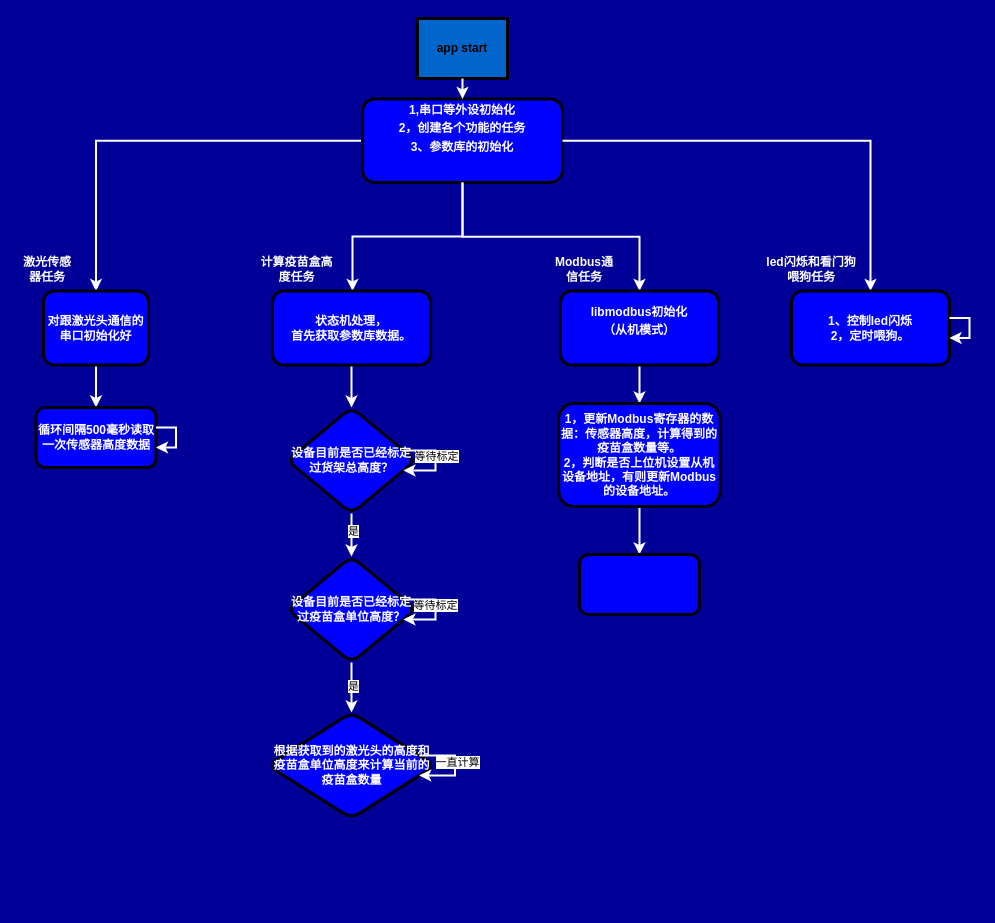
Above: draw_io_for_work/RTU485BT02_transfer.drawio in doctor1cong/draw_flow_chart (draw.io), before the change. Source tidied: cells renumbered, new cells numbered last; positions are measured from the earlier drawing's top-left corner, leaving out a move shared by most shapes. Both pictures are drawn from the tidied source at 100%, with x=0, y=0 at pixel (17, 18).
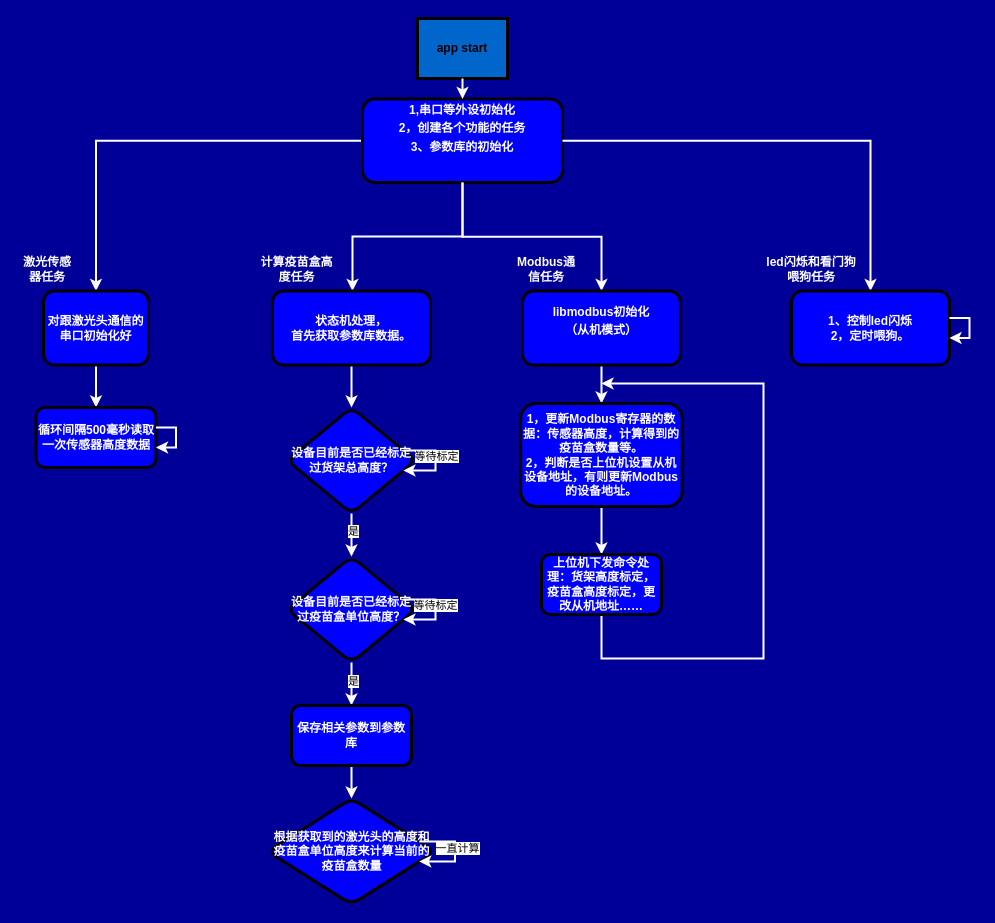
Above is the later version.

The change refers to these unchanged cells:
```xml
<mxCell id="26" value="设备目前是否已经标定过疫苗盒单位高度？" style="rhombus;whiteSpace=wrap;html=1;fillColor=#0000FF;fontColor=#FFFFFF;rounded=1;fontStyle=1;strokeWidth=3;" parent="1" vertex="1">
  <mxGeometry x="270" y="538" width="128" height="106" as="geometry" />
</mxCell>
```

Change to the diagram source:
```diff
@@
     <mxCell id="15" value="&lt;p style=&quot;color: rgb(0, 0, 0); text-wrap: nowrap; margin: 4px 0px 0px;&quot;&gt;&lt;font color=&quot;#ffffff&quot;&gt;libmodbus初始化&lt;/font&gt;&lt;/p&gt;&lt;p style=&quot;color: rgb(0, 0, 0); text-wrap: nowrap; margin: 4px 0px 0px;&quot;&gt;&lt;font color=&quot;#ffffff&quot;&gt;（从机模式&lt;/font&gt;&lt;span style=&quot;color: rgb(255, 255, 255); background-color: initial;&quot;&gt;）&lt;/span&gt;&lt;/p&gt;&lt;p style=&quot;color: rgb(0, 0, 0); text-wrap: nowrap; margin: 4px 0px 0px;&quot;&gt;&lt;br&gt;&lt;/p&gt;" style="whiteSpace=wrap;html=1;fillColor=#0000FF;rounded=1;fontStyle=1;strokeWidth=3;fontColor=#FFFFFF;" parent="1" vertex="1">
-      <mxGeometry x="543" y="272.5" width="158" height="74" as="geometry" />
+      <mxGeometry x="505" y="272.5" width="158" height="74" as="geometry" />
     </mxCell>
     <mxCell id="16" value="Modbus通信任务" style="text;strokeColor=none;align=center;fillColor=none;html=1;verticalAlign=middle;whiteSpace=wrap;rounded=0;fontFamily=Helvetica;fontSize=12;fontColor=#FFFFFF;fontStyle=1;" parent="1" vertex="1">
-      <mxGeometry x="537" y="236" width="60" height="30" as="geometry" />
+      <mxGeometry x="499" y="236" width="60" height="30" as="geometry" />
     </mxCell>
@@
-    <mxCell id="24" style="edgeStyle=orthogonalEdgeStyle;shape=connector;rounded=0;jettySize=auto;html=1;strokeColor=#FFFFFF;strokeWidth=2;align=center;verticalAlign=middle;fontFamily=Helvetica;fontSize=11;fontColor=default;labelBackgroundColor=default;endArrow=classic;" parent="1" edge="1" source="26" target="29">
-      <mxGeometry relative="1" as="geometry" />
-    </mxCell>
+    <mxCell id="39" style="edgeStyle=orthogonalEdgeStyle;shape=connector;rounded=0;jettySize=auto;html=1;strokeColor=#FFFFFF;strokeWidth=2;align=center;verticalAlign=middle;fontFamily=Helvetica;fontSize=11;fontColor=default;labelBackgroundColor=default;endArrow=classic;" parent="1" edge="1" source="26" target="42">
+      <mxGeometry relative="1" as="geometry" />
+    </mxCell>
-    <mxCell id="25" value="是" style="edgeLabel;html=1;align=center;verticalAlign=middle;fontFamily=Helvetica;fontSize=11;fontColor=default;labelBackgroundColor=default;" parent="24" vertex="1">
-      <mxGeometry x="-0.08" y="1" relative="1" as="geometry" />
+    <mxCell id="25" value="是" style="edgeLabel;html=1;align=center;verticalAlign=middle;fontFamily=Helvetica;fontSize=11;fontColor=default;labelBackgroundColor=default;" parent="39" vertex="1">
+      <mxGeometry x="-0.15" y="1" relative="1" as="geometry" />
     </mxCell>
@@
     <mxCell id="29" value="根据获取到的激光头的高度和疫苗盒单位高度来计算当前的疫苗盒数量" style="rhombus;whiteSpace=wrap;html=1;fillColor=#0000FF;fontColor=#FFFFFF;rounded=1;fontStyle=1;strokeWidth=3;" parent="1" vertex="1">
-      <mxGeometry x="250.5" y="694" width="167" height="106" as="geometry" />
+      <mxGeometry x="250.5" y="780" width="167" height="106" as="geometry" />
     </mxCell>
@@
     <mxCell id="35" value="1，更新Modbus寄存器的数据：传感器高度，计算得到的疫苗盒数量等。&lt;div&gt;2，判断是否上位机设置从机设备地址，有则更新Modbus的设备地址。&lt;/div&gt;" style="whiteSpace=wrap;html=1;fillColor=#0000FF;fontColor=#FFFFFF;rounded=1;fontStyle=1;strokeWidth=3;" parent="1" vertex="1">
-      <mxGeometry x="541.2" y="385" width="161.5" height="103" as="geometry" />
+      <mxGeometry x="503.2" y="385" width="161.5" height="103" as="geometry" />
     </mxCell>
+    <mxCell id="40" style="edgeStyle=orthogonalEdgeStyle;shape=connector;rounded=0;jettySize=auto;html=1;strokeColor=#FFFFFF;strokeWidth=2;align=center;verticalAlign=middle;fontFamily=Helvetica;fontSize=11;fontColor=default;labelBackgroundColor=default;endArrow=classic;" parent="1" edge="1" source="36">
+      <mxGeometry relative="1" as="geometry">
+        <mxPoint x="584" y="365" as="targetPoint" />
+        <Array as="points">
+          <mxPoint x="584" y="640" />
+          <mxPoint x="746" y="640" />
+          <mxPoint x="746" y="365" />
+        </Array>
+      </mxGeometry>
+    </mxCell>
-    <mxCell id="36" style="whiteSpace=wrap;html=1;fillColor=#0000FF;fontColor=#FFFFFF;rounded=1;fontStyle=1;strokeWidth=3;" parent="1" vertex="1">
-      <mxGeometry x="562" y="536" width="120" height="60" as="geometry" />
+    <mxCell id="36" value="上位机下发命令处理：货架高度标定，疫苗盒高度标定，更改从机地址……" style="whiteSpace=wrap;html=1;fillColor=#0000FF;fontColor=#FFFFFF;rounded=1;fontStyle=1;strokeWidth=3;" parent="1" vertex="1">
+      <mxGeometry x="524" y="536" width="120" height="60" as="geometry" />
     </mxCell>
@@
+    <mxCell id="41" style="edgeStyle=orthogonalEdgeStyle;shape=connector;rounded=0;jettySize=auto;html=1;strokeColor=#FFFFFF;strokeWidth=2;align=center;verticalAlign=middle;fontFamily=Helvetica;fontSize=11;fontColor=default;labelBackgroundColor=default;endArrow=classic;" parent="1" edge="1" source="42" target="29">
+      <mxGeometry relative="1" as="geometry" />
+    </mxCell>
+    <mxCell id="42" value="保存相关参数到参数库" style="whiteSpace=wrap;html=1;fillColor=#0000FF;fontColor=#FFFFFF;rounded=1;fontStyle=1;strokeWidth=3;" parent="1" vertex="1">
+      <mxGeometry x="274" y="687" width="120" height="60" as="geometry" />
+    </mxCell>
```
